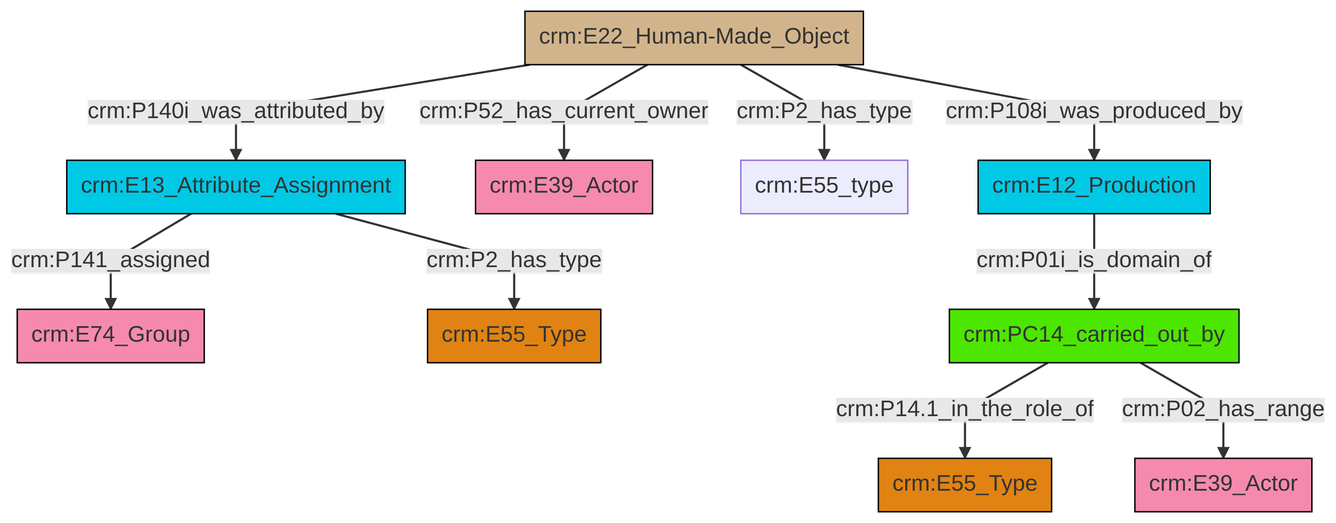
Before: et/builtWorkCSV/ttl/mmd/png/Built_Work_actor_relations.png, a diagram exported from Mermaid (swiss-art-research-net/docs.swissartresearch). Its source is kept beside it as et/builtWorkCSV/ttl/mmd/Built_Work_actor_relations.ttl.mmd.
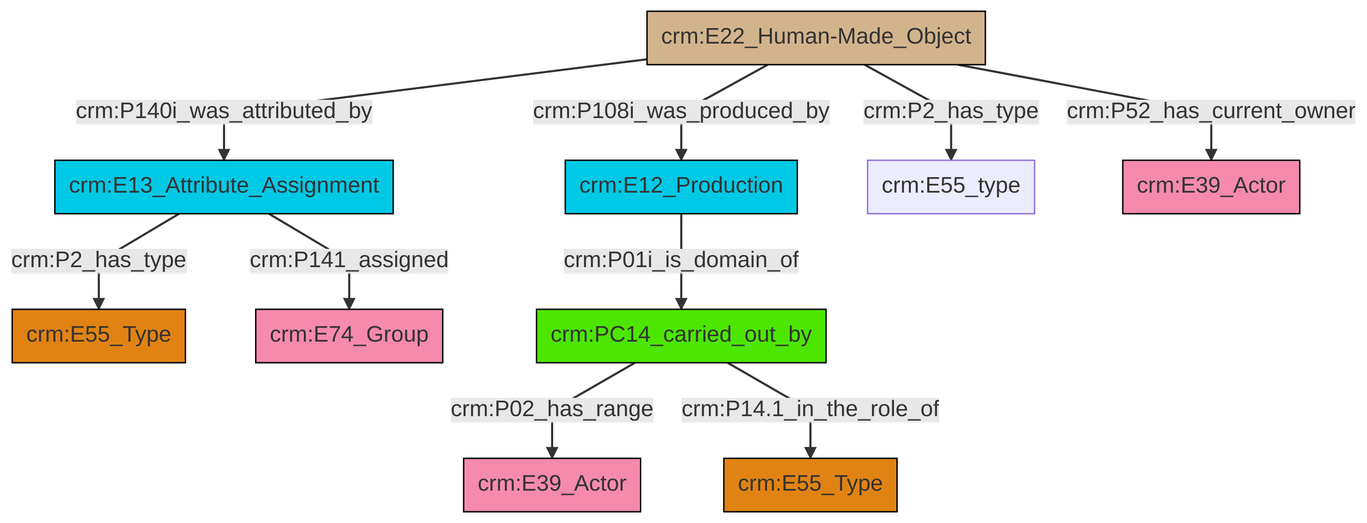
Above is the later version.

Diff of the diagram source:
```diff
@@ -13,12 +13,12 @@
 classDef PC_Classes fill:#4ce600, stroke:#000000;
 classDef Multi fill:#cccccc,stroke:#000000;
 
-0["crm:E13_Attribute_Assignment"]:::Temporal_Entity -->|crm:P141_assigned| 1["crm:E74_Group"]:::Actor
-2["crm:PC14_carried_out_by"]:::PC_Classes -->|crm:P14.1_in_the_role_of| 3["crm:E55_Type"]:::Type
-6["crm:E12_Production"]:::Temporal_Entity -->|crm:P01i_is_domain_of| 2["crm:PC14_carried_out_by"]:::PC_Classes
-8["crm:E22_Human-Made_Object"]:::Physical_Thing -->|crm:P140i_was_attributed_by| 0["crm:E13_Attribute_Assignment"]:::Temporal_Entity
-8["crm:E22_Human-Made_Object"]:::Physical_Thing -->|crm:P52_has_current_owner| 4["crm:E39_Actor"]:::Actor
-8["crm:E22_Human-Made_Object"]:::Physical_Thing -->|crm:P2_has_type| 10["crm:E55_type"]:::Default
-0["crm:E13_Attribute_Assignment"]:::Temporal_Entity -->|crm:P2_has_type| 11["crm:E55_Type"]:::Type
-8["crm:E22_Human-Made_Object"]:::Physical_Thing -->|crm:P108i_was_produced_by| 6["crm:E12_Production"]:::Temporal_Entity
-2["crm:PC14_carried_out_by"]:::PC_Classes -->|crm:P02_has_range| 14["crm:E39_Actor"]:::Actor
+2["crm:E22_Human-Made_Object"]:::Physical_Thing -->|crm:P140i_was_attributed_by| 3["crm:E13_Attribute_Assignment"]:::Temporal_Entity
+2["crm:E22_Human-Made_Object"]:::Physical_Thing -->|crm:P108i_was_produced_by| 0["crm:E12_Production"]:::Temporal_Entity
+3["crm:E13_Attribute_Assignment"]:::Temporal_Entity -->|crm:P2_has_type| 5["crm:E55_Type"]:::Type
+2["crm:E22_Human-Made_Object"]:::Physical_Thing -->|crm:P2_has_type| 6["crm:E55_type"]:::Default
+3["crm:E13_Attribute_Assignment"]:::Temporal_Entity -->|crm:P141_assigned| 7["crm:E74_Group"]:::Actor
+10["crm:PC14_carried_out_by"]:::PC_Classes -->|crm:P02_has_range| 12["crm:E39_Actor"]:::Actor
+10["crm:PC14_carried_out_by"]:::PC_Classes -->|crm:P14.1_in_the_role_of| 8["crm:E55_Type"]:::Type
+2["crm:E22_Human-Made_Object"]:::Physical_Thing -->|crm:P52_has_current_owner| 15["crm:E39_Actor"]:::Actor
+0["crm:E12_Production"]:::Temporal_Entity -->|crm:P01i_is_domain_of| 10["crm:PC14_carried_out_by"]:::PC_Classes
```
